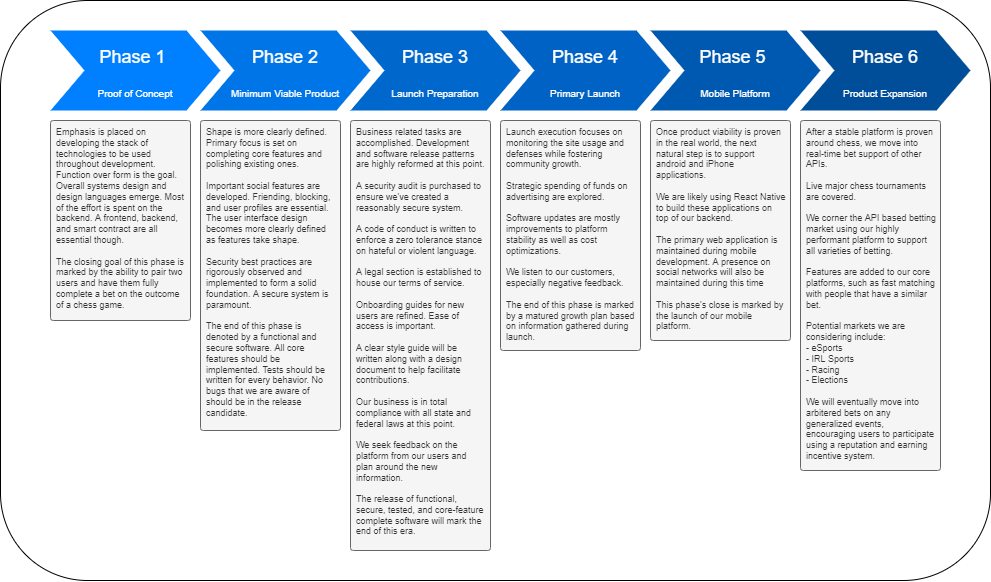
geektechniquestudios/ChessWager keeps this draw.io diagram as readme-assets/roadmap.png. Above is the earlier version. Source tidied: cells renumbered, new cells last; positions are measured from the earlier drawing's top-left corner, leaving out a move shared by most shapes.
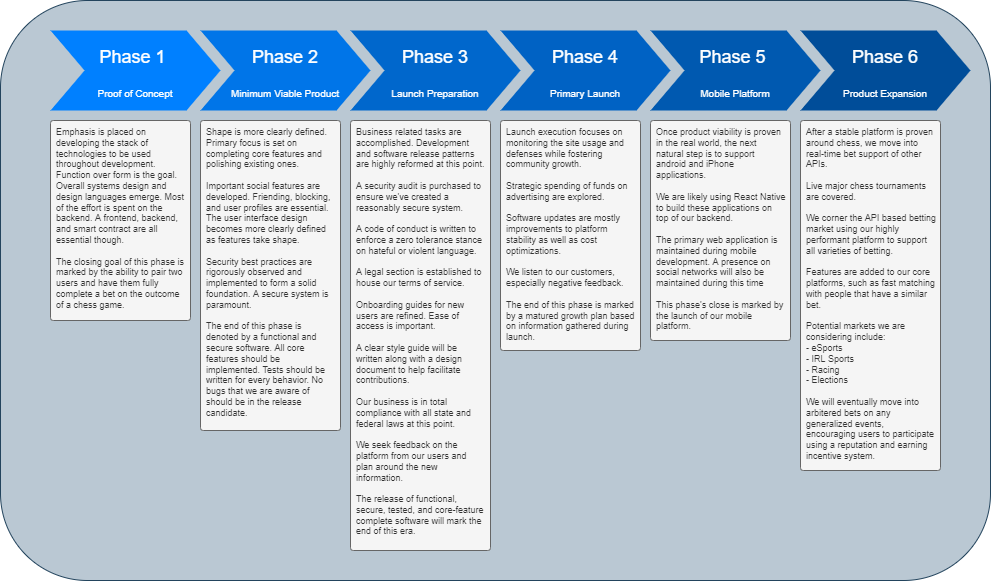
The same file after the commit.

What changed in the source:
```diff
@@ -2,7 +2,7 @@
   <root>
     <mxCell id="0" />
     <mxCell id="1" parent="0" />
-    <mxCell id="2" style="rounded=1;whiteSpace=wrap;html=1;" parent="1" vertex="1">
+    <mxCell id="2" style="rounded=1;whiteSpace=wrap;html=1;fillColor=#bac8d3;strokeColor=#23445d;" parent="1" vertex="1">
       <mxGeometry width="990" height="580" as="geometry" />
     </mxCell>
     <mxCell id="3" value="&lt;font style=&quot;&quot;&gt;&lt;span style=&quot;font-size: 18px;&quot;&gt;Phase 1 &lt;/span&gt;&lt;br&gt;&lt;font style=&quot;&quot;&gt;&lt;font style=&quot;vertical-align: inherit; font-size: 10px;&quot;&gt;Proof of Concept&lt;/font&gt;&lt;/font&gt;&lt;br&gt;&lt;/font&gt;" style="shape=step;whiteSpace=wrap;html=1;fontSize=28;fillColor=#0080FF;fontColor=#FFFFFF;strokeColor=none;" parent="1" vertex="1">
```
